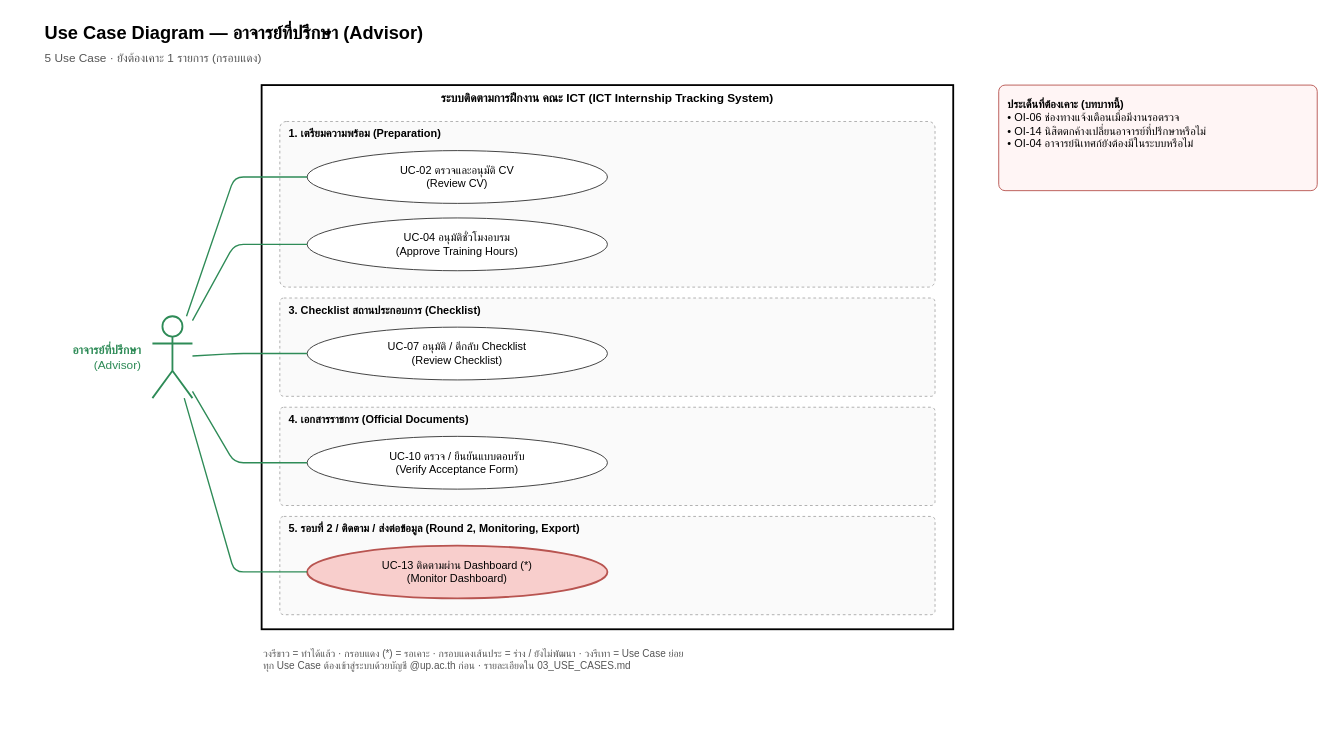
Whyer2005/ICT_Internship_tracking_system keeps this draw.io diagram as docs/requirements/diagrams/use_case_role_advisor.drawio. Above is the earlier version. Source tidied: cells renumbered, new cells numbered last; positions are measured from the earlier drawing's top-left corner, leaving out a move shared by most shapes. Both pictures are drawn from the tidied source at 91%, with x=0, y=0 at pixel (15, 15).
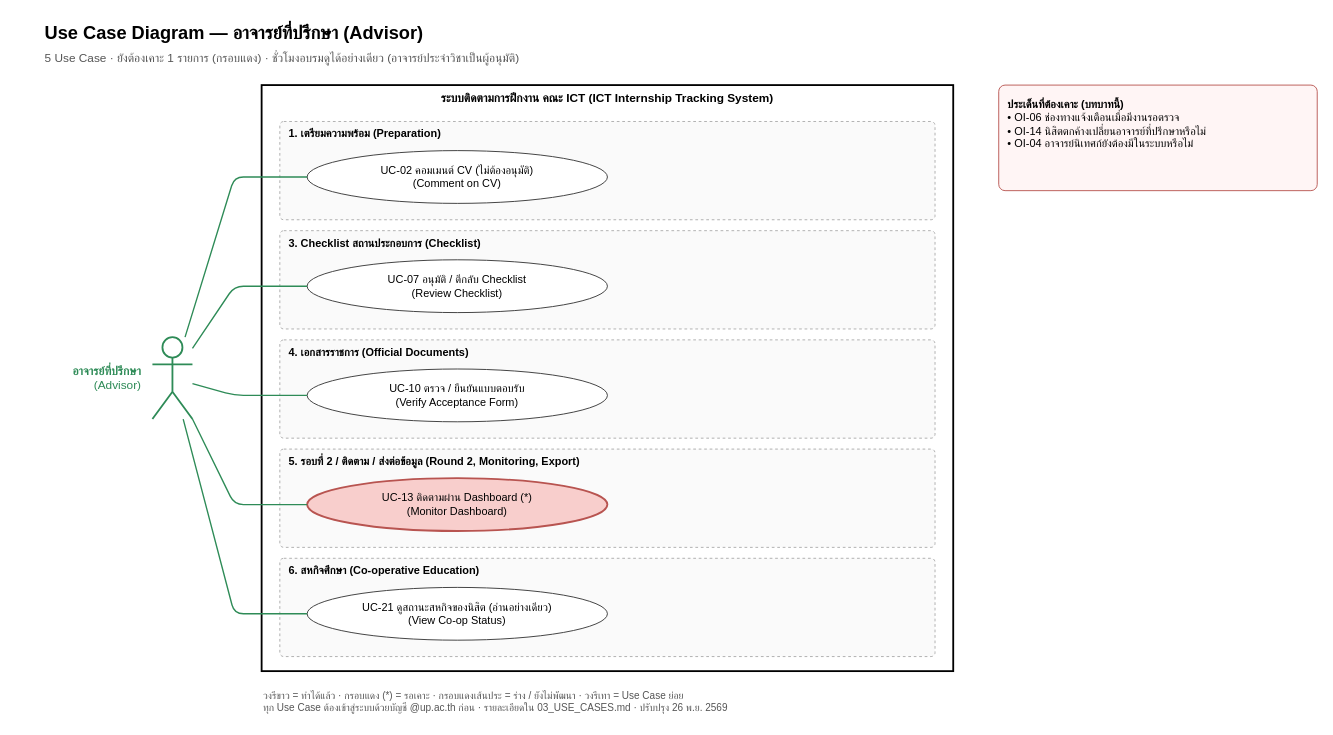
The same diagram, later.

What changed in the source:
```diff
@@
     <mxCell id="2" value="ระบบติดตามการฝึกงาน คณะ ICT (ICT Internship Tracking System)" style="rounded=0;whiteSpace=wrap;html=1;verticalAlign=top;fontStyle=1;fontSize=13;fillColor=none;strokeWidth=2;" parent="1" vertex="1">
-      <mxGeometry x="270" y="76" width="760" height="598" as="geometry" />
+      <mxGeometry x="270" y="76" width="760" height="644" as="geometry" />
     </mxCell>
@@
-    <mxCell id="4" value="5 Use Case · ยังต้องเคาะ 1 รายการ (กรอบแดง)" style="text;html=1;fontSize=13;align=left;fontColor=#555555;" parent="1" vertex="1">
-      <mxGeometry x="30" y="32" width="900" height="22" as="geometry" />
+    <mxCell id="4" value="5 Use Case · ยังต้องเคาะ 1 รายการ (กรอบแดง) · ชั่วโมงอบรมดูได้อย่างเดียว (อาจารย์ประจำวิชาเป็นผู้อนุมัติ)" style="text;html=1;fontSize=13;align=left;fontColor=#555555;" parent="1" vertex="1">
+      <mxGeometry x="30" y="32" width="1000" height="22" as="geometry" />
     </mxCell>
     <mxCell id="5" value="1. เตรียมความพร้อม (Preparation)" style="rounded=1;arcSize=4;dashed=1;fillColor=#fafafa;strokeColor=#aaaaaa;verticalAlign=top;align=left;spacingLeft=8;fontStyle=1;fontSize=12;html=1;whiteSpace=wrap;" parent="1" vertex="1">
-      <mxGeometry x="290" y="116" width="720" height="182" as="geometry" />
+      <mxGeometry x="290" y="116" width="720" height="108" as="geometry" />
     </mxCell>
-    <mxCell id="6" value="UC-02 ตรวจและอนุมัติ CV&lt;br&gt;(Review CV)" style="ellipse;whiteSpace=wrap;html=1;fontSize=12;fillColor=#ffffff;strokeColor=#333333;" parent="1" vertex="1">
+    <mxCell id="6" value="UC-02 คอมเมนต์ CV (ไม่ต้องอนุมัติ)&lt;br&gt;(Comment on CV)" style="ellipse;whiteSpace=wrap;html=1;fontSize=12;fillColor=#ffffff;strokeColor=#333333;" parent="1" vertex="1">
       <mxGeometry x="320" y="148" width="330" height="58" as="geometry" />
     </mxCell>
-    <mxCell id="7" value="UC-04 อนุมัติชั่วโมงอบรม&lt;br&gt;(Approve Training Hours)" style="ellipse;whiteSpace=wrap;html=1;fontSize=12;fillColor=#ffffff;strokeColor=#333333;" parent="1" vertex="1">
-      <mxGeometry x="320" y="222" width="330" height="58" as="geometry" />
+    <mxCell id="7" value="3. Checklist สถานประกอบการ (Checklist)" style="rounded=1;arcSize=4;dashed=1;fillColor=#fafafa;strokeColor=#aaaaaa;verticalAlign=top;align=left;spacingLeft=8;fontStyle=1;fontSize=12;html=1;whiteSpace=wrap;" parent="1" vertex="1">
+      <mxGeometry x="290" y="236" width="720" height="108" as="geometry" />
     </mxCell>
-    <mxCell id="8" value="3. Checklist สถานประกอบการ (Checklist)" style="rounded=1;arcSize=4;dashed=1;fillColor=#fafafa;strokeColor=#aaaaaa;verticalAlign=top;align=left;spacingLeft=8;fontStyle=1;fontSize=12;html=1;whiteSpace=wrap;" parent="1" vertex="1">
-      <mxGeometry x="290" y="310" width="720" height="108" as="geometry" />
+    <mxCell id="8" value="UC-07 อนุมัติ / ตีกลับ Checklist&lt;br&gt;(Review Checklist)" style="ellipse;whiteSpace=wrap;html=1;fontSize=12;fillColor=#ffffff;strokeColor=#333333;" parent="1" vertex="1">
+      <mxGeometry x="320" y="268" width="330" height="58" as="geometry" />
     </mxCell>
-    <mxCell id="9" value="UC-07 อนุมัติ / ตีกลับ Checklist&lt;br&gt;(Review Checklist)" style="ellipse;whiteSpace=wrap;html=1;fontSize=12;fillColor=#ffffff;strokeColor=#333333;" parent="1" vertex="1">
-      <mxGeometry x="320" y="342" width="330" height="58" as="geometry" />
+    <mxCell id="9" value="4. เอกสารราชการ (Official Documents)" style="rounded=1;arcSize=4;dashed=1;fillColor=#fafafa;strokeColor=#aaaaaa;verticalAlign=top;align=left;spacingLeft=8;fontStyle=1;fontSize=12;html=1;whiteSpace=wrap;" parent="1" vertex="1">
+      <mxGeometry x="290" y="356" width="720" height="108" as="geometry" />
     </mxCell>
-    <mxCell id="10" value="4. เอกสารราชการ (Official Documents)" style="rounded=1;arcSize=4;dashed=1;fillColor=#fafafa;strokeColor=#aaaaaa;verticalAlign=top;align=left;spacingLeft=8;fontStyle=1;fontSize=12;html=1;whiteSpace=wrap;" parent="1" vertex="1">
-      <mxGeometry x="290" y="430" width="720" height="108" as="geometry" />
+    <mxCell id="10" value="UC-10 ตรวจ / ยืนยันแบบตอบรับ&lt;br&gt;(Verify Acceptance Form)" style="ellipse;whiteSpace=wrap;html=1;fontSize=12;fillColor=#ffffff;strokeColor=#333333;" parent="1" vertex="1">
+      <mxGeometry x="320" y="388" width="330" height="58" as="geometry" />
     </mxCell>
-    <mxCell id="11" value="UC-10 ตรวจ / ยืนยันแบบตอบรับ&lt;br&gt;(Verify Acceptance Form)" style="ellipse;whiteSpace=wrap;html=1;fontSize=12;fillColor=#ffffff;strokeColor=#333333;" parent="1" vertex="1">
-      <mxGeometry x="320" y="462" width="330" height="58" as="geometry" />
+    <mxCell id="11" value="5. รอบที่ 2 / ติดตาม / ส่งต่อข้อมูล (Round 2, Monitoring, Export)" style="rounded=1;arcSize=4;dashed=1;fillColor=#fafafa;strokeColor=#aaaaaa;verticalAlign=top;align=left;spacingLeft=8;fontStyle=1;fontSize=12;html=1;whiteSpace=wrap;" parent="1" vertex="1">
+      <mxGeometry x="290" y="476" width="720" height="108" as="geometry" />
     </mxCell>
-    <mxCell id="12" value="5. รอบที่ 2 / ติดตาม / ส่งต่อข้อมูล (Round 2, Monitoring, Export)" style="rounded=1;arcSize=4;dashed=1;fillColor=#fafafa;strokeColor=#aaaaaa;verticalAlign=top;align=left;spacingLeft=8;fontStyle=1;fontSize=12;html=1;whiteSpace=wrap;" parent="1" vertex="1">
-      <mxGeometry x="290" y="550" width="720" height="108" as="geometry" />
+    <mxCell id="12" value="UC-13 ติดตามผ่าน Dashboard (*)&lt;br&gt;(Monitor Dashboard)" style="ellipse;whiteSpace=wrap;html=1;fontSize=12;fillColor=#f8cecc;strokeColor=#b85450;strokeWidth=2;" parent="1" vertex="1">
+      <mxGeometry x="320" y="508" width="330" height="58" as="geometry" />
     </mxCell>
-    <mxCell id="13" value="UC-13 ติดตามผ่าน Dashboard (*)&lt;br&gt;(Monitor Dashboard)" style="ellipse;whiteSpace=wrap;html=1;fontSize=12;fillColor=#f8cecc;strokeColor=#b85450;strokeWidth=2;" parent="1" vertex="1">
-      <mxGeometry x="320" y="582" width="330" height="58" as="geometry" />
+    <mxCell id="13" value="6. สหกิจศึกษา (Co-operative Education)" style="rounded=1;arcSize=4;dashed=1;fillColor=#fafafa;strokeColor=#aaaaaa;verticalAlign=top;align=left;spacingLeft=8;fontStyle=1;fontSize=12;html=1;whiteSpace=wrap;" parent="1" vertex="1">
+      <mxGeometry x="290" y="596" width="720" height="108" as="geometry" />
     </mxCell>
-    <mxCell id="14" style="shape=umlActor;verticalLabelPosition=bottom;verticalAlign=top;html=1;outlineConnect=0;strokeColor=#2e8b57;strokeWidth=2;" parent="1" vertex="1">
-      <mxGeometry x="150" y="330" width="44" height="90" as="geometry" />
+    <mxCell id="14" value="UC-21 ดูสถานะสหกิจของนิสิต (อ่านอย่างเดียว)&lt;br&gt;(View Co-op Status)" style="ellipse;whiteSpace=wrap;html=1;fontSize=12;fillColor=#ffffff;strokeColor=#333333;" parent="1" vertex="1">
+      <mxGeometry x="320" y="628" width="330" height="58" as="geometry" />
     </mxCell>
-    <mxCell id="15" value="&lt;b&gt;อาจารย์ที่ปรึกษา&lt;/b&gt;&lt;br&gt;(Advisor)" style="text;html=1;align=right;verticalAlign=middle;whiteSpace=wrap;fontSize=13;fontColor=#2e8b57;" parent="1" vertex="1">
-      <mxGeometry y="345" width="140" height="60" as="geometry" />
+    <mxCell id="15" style="shape=umlActor;verticalLabelPosition=bottom;verticalAlign=top;html=1;outlineConnect=0;strokeColor=#2e8b57;strokeWidth=2;" parent="1" vertex="1">
+      <mxGeometry x="150" y="353" width="44" height="90" as="geometry" />
     </mxCell>
-    <mxCell id="16" style="endArrow=none;html=1;strokeColor=#2e8b57;strokeWidth=1.5;" parent="1" edge="1" source="14" target="6">
-      <mxGeometry relative="1" as="geometry">
-        <Array as="points">
-          <mxPoint x="240" y="177" />
-        </Array>
-      </mxGeometry>
+    <mxCell id="16" value="&lt;b&gt;อาจารย์ที่ปรึกษา&lt;/b&gt;&lt;br&gt;(Advisor)" style="text;html=1;align=right;verticalAlign=middle;whiteSpace=wrap;fontSize=13;fontColor=#2e8b57;" parent="1" vertex="1">
+      <mxGeometry y="368" width="140" height="60" as="geometry" />
     </mxCell>
-    <mxCell id="17" style="endArrow=none;html=1;strokeColor=#2e8b57;strokeWidth=1.5;" parent="1" edge="1" source="14" target="7">
+    <mxCell id="17" style="endArrow=none;html=1;strokeColor=#2e8b57;strokeWidth=1.5;" parent="1" edge="1" source="15" target="6">
       <mxGeometry relative="1" as="geometry">
         <Array as="points">
-          <mxPoint x="240" y="251" />
+          <mxPoint x="240" y="177" />
         </Array>
       </mxGeometry>
     </mxCell>
-    <mxCell id="18" style="endArrow=none;html=1;strokeColor=#2e8b57;strokeWidth=1.5;" parent="1" edge="1" source="14" target="9">
+    <mxCell id="18" style="endArrow=none;html=1;strokeColor=#2e8b57;strokeWidth=1.5;" parent="1" edge="1" source="15" target="8">
       <mxGeometry relative="1" as="geometry">
         <Array as="points">
-          <mxPoint x="240" y="371" />
+          <mxPoint x="240" y="297" />
         </Array>
       </mxGeometry>
     </mxCell>
-    <mxCell id="19" style="endArrow=none;html=1;strokeColor=#2e8b57;strokeWidth=1.5;" parent="1" edge="1" source="14" target="11">
+    <mxCell id="19" style="endArrow=none;html=1;strokeColor=#2e8b57;strokeWidth=1.5;" parent="1" edge="1" source="15" target="10">
       <mxGeometry relative="1" as="geometry">
         <Array as="points">
-          <mxPoint x="240" y="491" />
+          <mxPoint x="240" y="417" />
         </Array>
       </mxGeometry>
     </mxCell>
-    <mxCell id="20" style="endArrow=none;html=1;strokeColor=#2e8b57;strokeWidth=1.5;" parent="1" edge="1" source="14" target="13">
+    <mxCell id="20" style="endArrow=none;html=1;strokeColor=#2e8b57;strokeWidth=1.5;" parent="1" edge="1" source="15" target="12">
       <mxGeometry relative="1" as="geometry">
         <Array as="points">
-          <mxPoint x="240" y="611" />
+          <mxPoint x="240" y="537" />
         </Array>
       </mxGeometry>
     </mxCell>
-    <mxCell id="21" value="&lt;b&gt;ประเด็นที่ต้องเคาะ (บทบาทนี้)&lt;/b&gt;&lt;br&gt;• OI-06 ช่องทางแจ้งเตือนเมื่อมีงานรอตรวจ&lt;br&gt;• OI-14 นิสิตตกค้างเปลี่ยนอาจารย์ที่ปรึกษาหรือไม่&lt;br&gt;• OI-04 อาจารย์นิเทศก์ยังต้องมีในระบบหรือไม่" style="rounded=1;arcSize=6;whiteSpace=wrap;html=1;align=left;verticalAlign=top;spacing=10;fontSize=12;fillColor=#fff5f5;strokeColor=#b85450;" parent="1" vertex="1">
-      <mxGeometry x="1080" y="76" width="350" height="116" as="geometry" />
+    <mxCell id="21" style="endArrow=none;html=1;strokeColor=#2e8b57;strokeWidth=1.5;" parent="1" edge="1" source="15" target="14">
+      <mxGeometry relative="1" as="geometry">
+        <Array as="points">
+          <mxPoint x="240" y="657" />
+        </Array>
+      </mxGeometry>
     </mxCell>
-    <mxCell id="22" value="วงรีขาว = ทำได้แล้ว · กรอบแดง (*) = รอเคาะ · กรอบแดงเส้นประ = ร่าง / ยังไม่พัฒนา · วงรีเทา = Use Case ย่อย&lt;br&gt;ทุก Use Case ต้องเข้าสู่ระบบด้วยบัญชี @up.ac.th ก่อน · รายละเอียดใน 03_USE_CASES.md" style="text;html=1;align=left;verticalAlign=top;whiteSpace=wrap;fontSize=11;fontColor=#555555;" parent="1" vertex="1">
-      <mxGeometry x="270" y="688" width="1110" height="40" as="geometry" />
+    <mxCell id="22" value="&lt;b&gt;ประเด็นที่ต้องเคาะ (บทบาทนี้)&lt;/b&gt;&lt;br&gt;• OI-06 ช่องทางแจ้งเตือนเมื่อมีงานรอตรวจ&lt;br&gt;• OI-14 นิสิตตกค้างเปลี่ยนอาจารย์ที่ปรึกษาหรือไม่&lt;br&gt;• OI-04 อาจารย์นิเทศก์ยังต้องมีในระบบหรือไม่" style="rounded=1;arcSize=6;whiteSpace=wrap;html=1;align=left;verticalAlign=top;spacing=10;fontSize=12;fillColor=#fff5f5;strokeColor=#b85450;" parent="1" vertex="1">
+      <mxGeometry x="1080" y="76" width="350" height="116" as="geometry" />
     </mxCell>
+    <mxCell id="23" value="วงรีขาว = ทำได้แล้ว · กรอบแดง (*) = รอเคาะ · กรอบแดงเส้นประ = ร่าง / ยังไม่พัฒนา · วงรีเทา = Use Case ย่อย&lt;br&gt;ทุก Use Case ต้องเข้าสู่ระบบด้วยบัญชี @up.ac.th ก่อน · รายละเอียดใน 03_USE_CASES.md · ปรับปรุง 26 พ.ย. 2569" style="text;html=1;align=left;verticalAlign=top;whiteSpace=wrap;fontSize=11;fontColor=#555555;" parent="1" vertex="1">
+      <mxGeometry x="270" y="734" width="1110" height="40" as="geometry" />
+    </mxCell>
```
